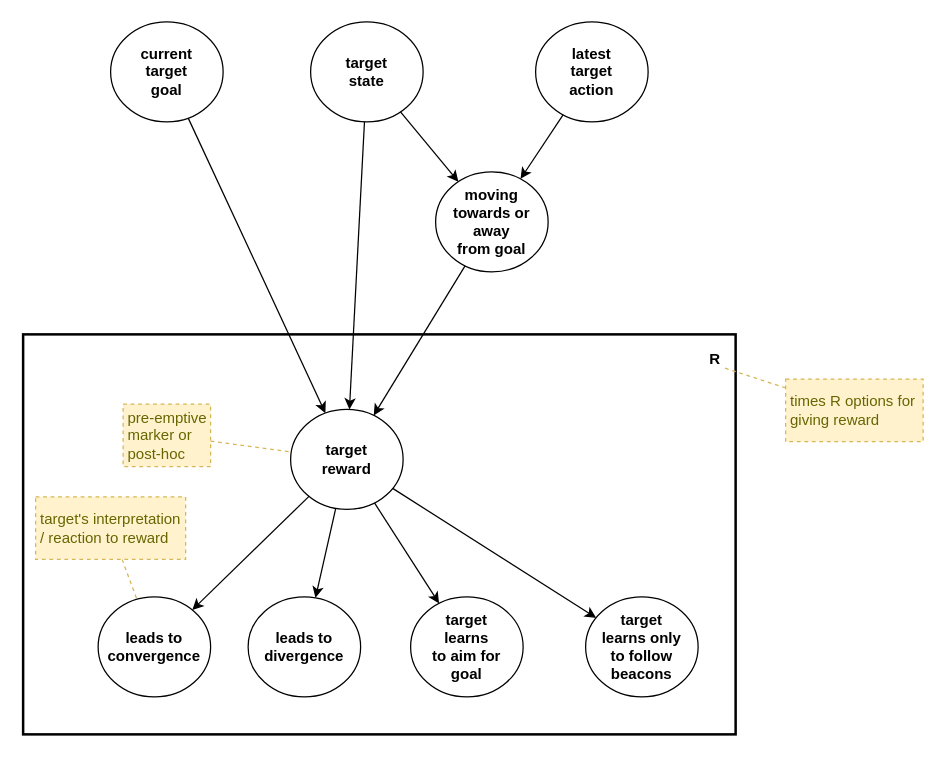
The draw.io diagram page "reward-options" (7 of 8) of files/Autonomous-monitoring-and-control.drawio in malcolmlett/malcolmlett.github.io, before the edit. Source tidied: cells renumbered, new cells numbered last; positions are measured from the earlier drawing's top-left corner, leaving out a move shared by most shapes. Both pictures are drawn from the tidied source at 125%, with x=0, y=0 at pixel (22, 21).
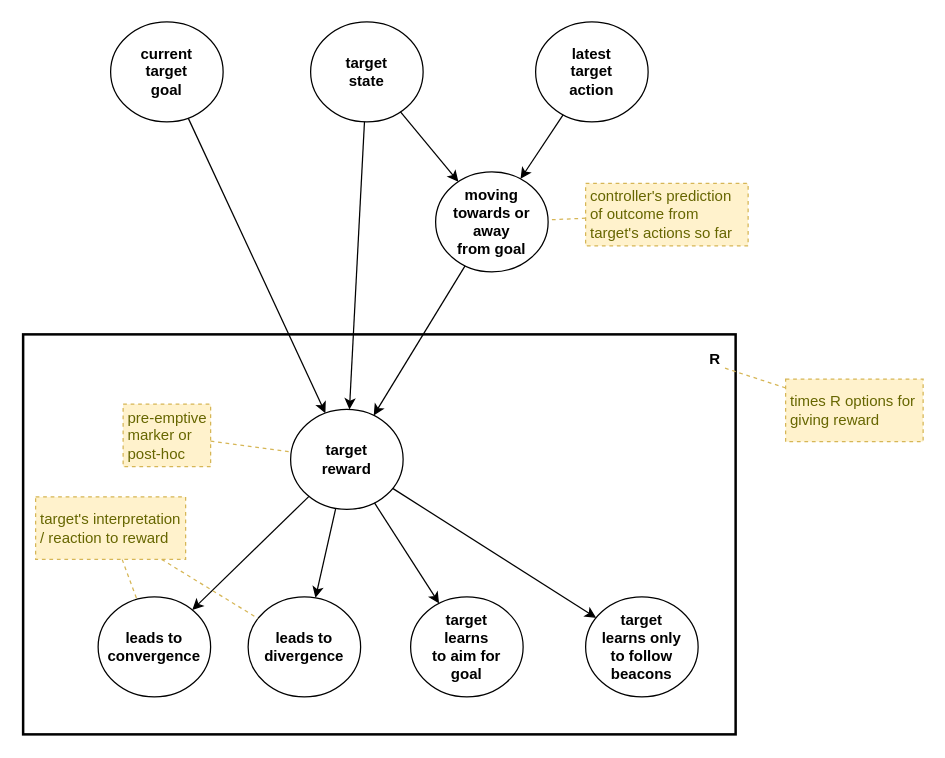
Above is the later version.

Commit message (it also covers changes not shown here):
Rest of target reward section

Unchanged cells that the change refers to:
```xml
<mxCell id="10" value="&lt;b&gt;moving towards or&lt;br&gt;away&lt;br&gt;from goal&lt;br&gt;&lt;/b&gt;" style="ellipse;whiteSpace=wrap;html=1;fontSize=12;align=center;fillColor=none;fontColor=#000000;" parent="1" vertex="1">
  <mxGeometry x="330" y="120" width="90" height="80" as="geometry" />
</mxCell>
<mxCell id="17" value="&lt;b&gt;leads to&lt;br&gt;divergence&lt;br&gt;&lt;/b&gt;" style="ellipse;whiteSpace=wrap;html=1;fontSize=12;align=center;fillColor=none;fontColor=#000000;" parent="1" vertex="1">
  <mxGeometry x="180" y="460" width="90" height="80" as="geometry" />
</mxCell>
<mxCell id="23" value="target's interpretation / reaction to reward" style="rounded=0;whiteSpace=wrap;html=1;align=left;fillColor=#fff2cc;strokeColor=#d6b656;fontColor=#666600;dashed=1;spacingLeft=2;spacingRight=2;" parent="1" vertex="1">
  <mxGeometry x="10" y="380" width="120" height="50" as="geometry" />
</mxCell>
```

What changed in the source:
```diff
@@
+    <mxCell id="24" style="rounded=0;whiteSpace=wrap;html=1;fontSize=12;fontColor=#000000;align=center;fillColor=none;strokeWidth=2;" parent="1" vertex="1">
+      <mxGeometry y="250" width="570" height="320" as="geometry" />
+    </mxCell>
@@
-    <mxCell id="24" style="rounded=0;whiteSpace=wrap;html=1;fontSize=12;fontColor=#000000;align=center;fillColor=none;strokeWidth=2;" parent="1" vertex="1">
-      <mxGeometry y="250" width="570" height="320" as="geometry" />
-    </mxCell>
@@
+    <mxCell id="28" style="rounded=0;jumpStyle=none;jettySize=auto;html=1;strokeWidth=1;fontColor=#666600;dashed=1;strokeColor=#d6b656;fillColor=#fff2cc;endArrow=none;endFill=0;" parent="1" edge="1" source="23" target="17">
+      <mxGeometry relative="1" as="geometry" />
+    </mxCell>
+    <mxCell id="29" value="controller's prediction of outcome from target's actions so far" style="rounded=0;whiteSpace=wrap;html=1;align=left;fillColor=#fff2cc;strokeColor=#d6b656;fontColor=#666600;dashed=1;spacingLeft=2;spacingRight=2;" parent="1" vertex="1">
+      <mxGeometry x="450" y="129.2" width="130" height="50" as="geometry" />
+    </mxCell>
+    <mxCell id="30" style="rounded=0;jumpStyle=none;jettySize=auto;html=1;strokeWidth=1;fontColor=#666600;dashed=1;strokeColor=#d6b656;fillColor=#fff2cc;endArrow=none;endFill=0;" parent="1" edge="1" source="29" target="10">
+      <mxGeometry relative="1" as="geometry" />
+    </mxCell>
```
